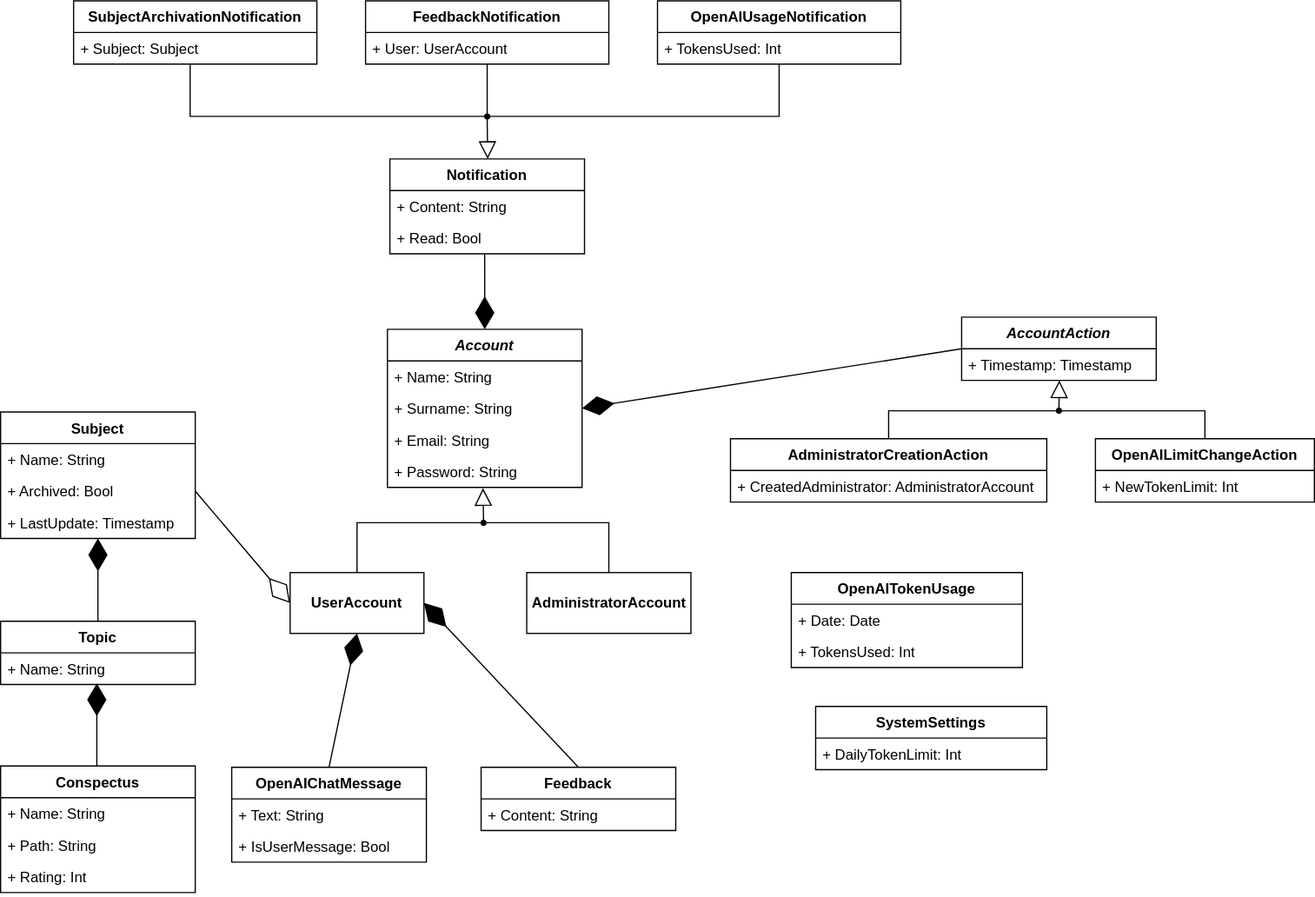
Earlier version of the draw.io export lab2diags/logical-view/informational.drawio.svg (piatrashkakanstantinass/psi2). Source tidied: cells renumbered, new cells last; positions are measured from the earlier drawing's top-left corner, leaving out a move shared by most shapes.
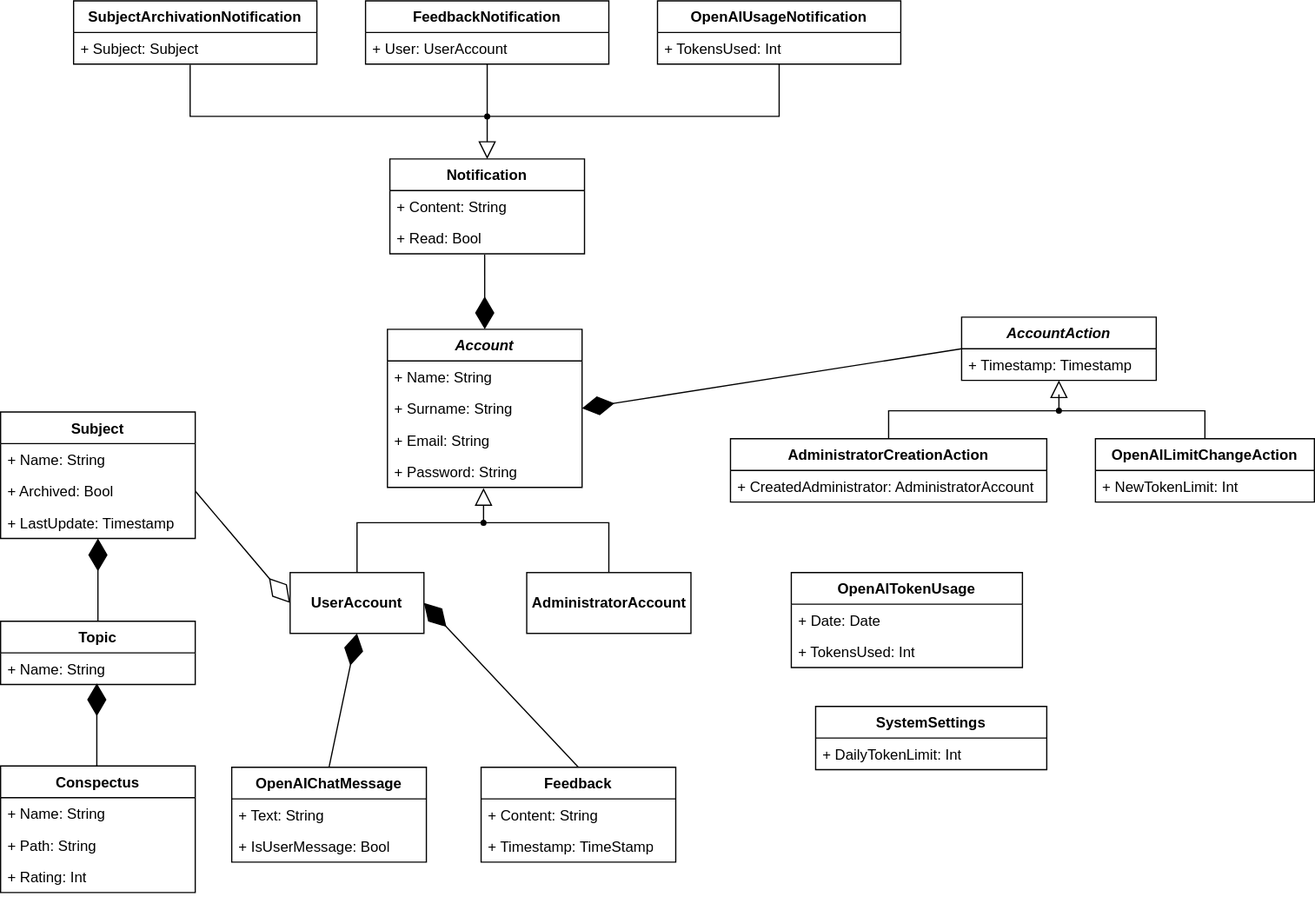
After the commit.

The edit, as a diff of the source:
```diff
@@ -111,11 +111,14 @@
       <mxGeometry y="52" width="160" height="26" as="geometry" />
     </mxCell>
     <mxCell id="38" value="Feedback" style="swimlane;fontStyle=1;align=center;verticalAlign=top;horizontal=1;startSize=26;whiteSpace=wrap;html=1;" parent="1" vertex="1">
-      <mxGeometry x="395" y="630" width="160" height="52" as="geometry" />
+      <mxGeometry x="395" y="630" width="160" height="78" as="geometry" />
     </mxCell>
     <mxCell id="39" value="+ Content: String" style="text;strokeColor=none;fillColor=none;align=left;verticalAlign=top;spacingLeft=4;spacingRight=4;overflow=hidden;whiteSpace=wrap;html=1;" parent="38" vertex="1">
       <mxGeometry y="26" width="160" height="26" as="geometry" />
     </mxCell>
+    <mxCell id="65" value="+ Timestamp: TimeStamp" style="text;strokeColor=none;fillColor=none;align=left;verticalAlign=top;spacingLeft=4;spacingRight=4;overflow=hidden;whiteSpace=wrap;html=1;" parent="38" vertex="1">
+      <mxGeometry y="52" width="160" height="26" as="geometry" />
+    </mxCell>
     <mxCell id="40" style="verticalAlign=bottom;html=1;ellipse;fillColor=strokeColor;fontFamily=Helvetica;fontSize=11;fontColor=default;" parent="1" vertex="1">
       <mxGeometry x="395" y="427" width="4" height="4" as="geometry" />
     </mxCell>
```
